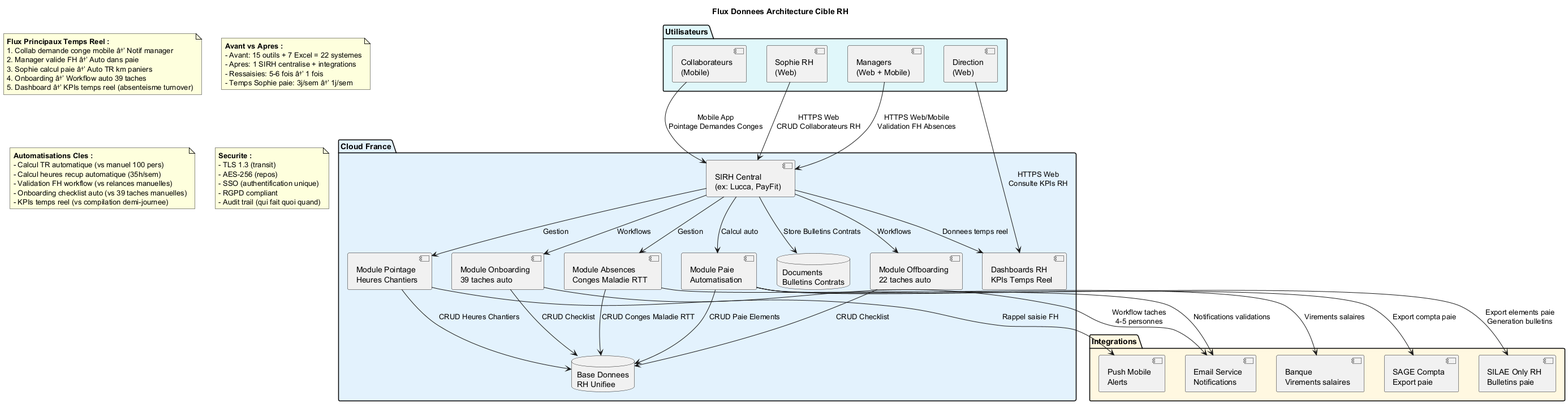
Earlier version of the PlantUML export Services/Ressources-Humaines/uml/png/Network_Flux_Donnees.png (JordanSerafini/Audit_Duret).
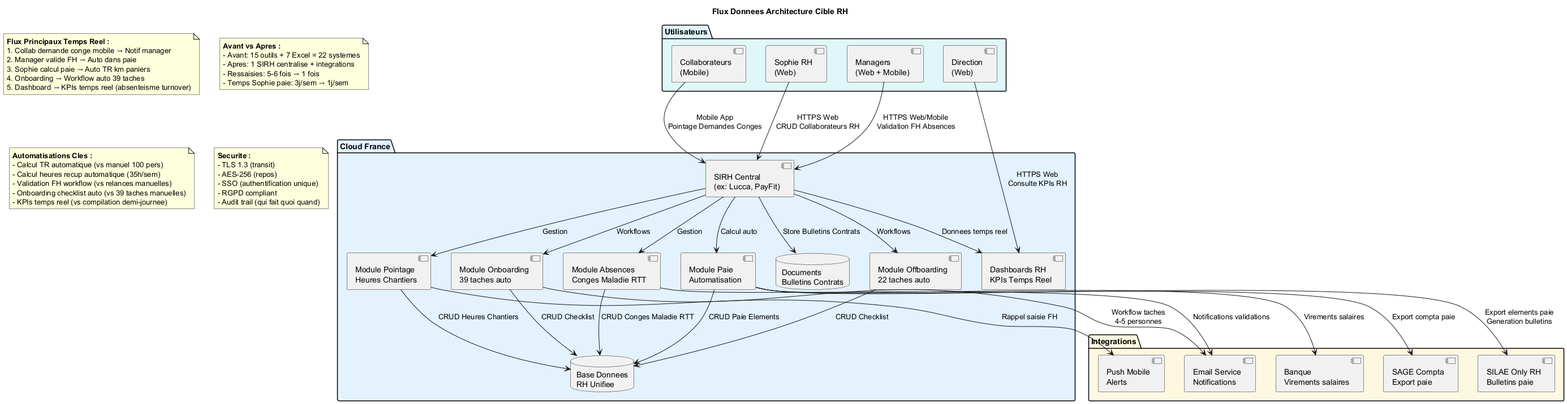
After the change.

Change to the diagram source:
```diff
@@ -59,19 +59,19 @@
 
 note as N1
   **Flux Principaux Temps Reel :**
-  1. Collab demande conge mobile â†’ Notif manager
-  2. Manager valide FH â†’ Auto dans paie
-  3. Sophie calcul paie â†’ Auto TR km paniers
-  4. Onboarding â†’ Workflow auto 39 taches
-  5. Dashboard â†’ KPIs temps reel (absenteisme turnover)
+  1. Collab demande conge mobile → Notif manager
+  2. Manager valide FH → Auto dans paie
+  3. Sophie calcul paie → Auto TR km paniers
+  4. Onboarding → Workflow auto 39 taches
+  5. Dashboard → KPIs temps reel (absenteisme turnover)
 end note
 
 note as N2
   **Avant vs Apres :**
   - Avant: 15 outils + 7 Excel = 22 systemes
   - Apres: 1 SIRH centralise + integrations
-  - Ressaisies: 5-6 fois â†’ 1 fois
-  - Temps Sophie paie: 3j/sem â†’ 1j/sem
+  - Ressaisies: 5-6 fois → 1 fois
+  - Temps Sophie paie: 3j/sem → 1j/sem
 end note
 
 note as N3
```
